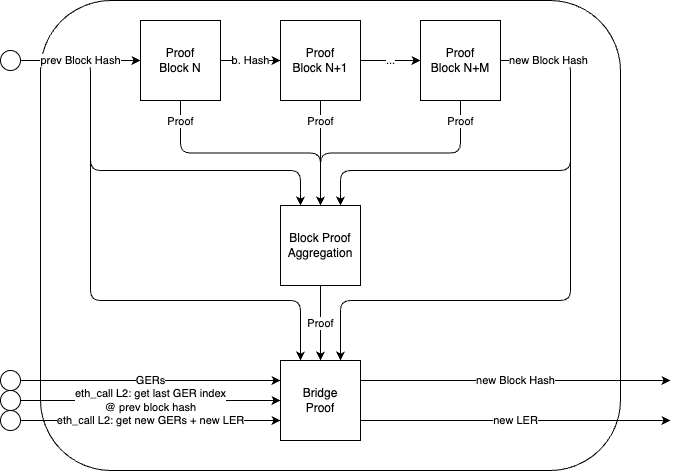
Earlier version of the draw.io export fep-type-1/proof.drawio.png (invocarnau/succint-zk-residency). Source tidied: cells renumbered, new cells last; positions are measured from the earlier drawing's top-left corner, leaving out a move shared by most shapes.
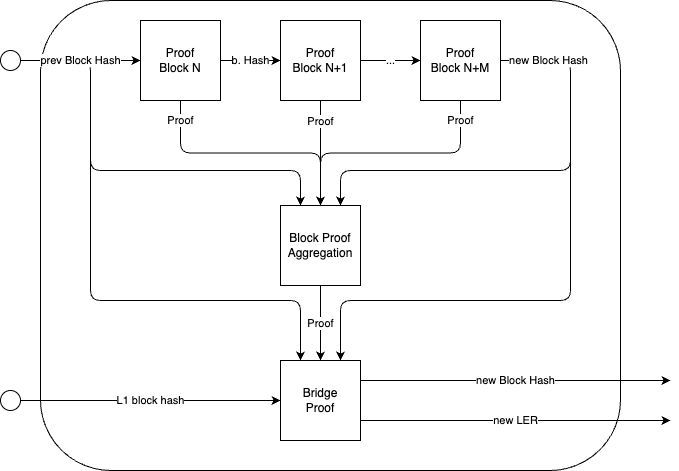
The same diagram one commit later.

What changed in the source:
```diff
@@ -62,12 +62,6 @@
     <mxCell id="15" value="prev Block Hash" style="endArrow=classic;html=1;entryX=0;entryY=0.5;entryDx=0;entryDy=0;startArrow=none;" parent="1" edge="1" source="14" target="5">
       <mxGeometry relative="1" as="geometry" />
     </mxCell>
-    <mxCell id="16" value="GERs" style="edgeStyle=orthogonalEdgeStyle;html=1;exitX=1;exitY=0.5;exitDx=0;exitDy=0;entryX=0;entryY=0.25;entryDx=0;entryDy=0;" parent="1" edge="1" source="17" target="20">
-      <mxGeometry relative="1" as="geometry" />
-    </mxCell>
-    <mxCell id="17" style="ellipse;whiteSpace=wrap;html=1;" parent="1" vertex="1">
-      <mxGeometry y="370" width="20" height="20" as="geometry" />
-    </mxCell>
     <mxCell id="18" value="new Block Hash" style="edgeStyle=none;html=1;exitX=1;exitY=0.25;exitDx=0;exitDy=0;" parent="1" edge="1" source="20">
       <mxGeometry relative="1" as="geometry">
         <mxPoint x="670" y="380" as="targetPoint" />
@@ -96,17 +90,11 @@
         </Array>
       </mxGeometry>
     </mxCell>
-    <mxCell id="24" value="eth_call L2: get last GER index&lt;br&gt;@ prev block hash" style="edgeStyle=none;html=1;exitX=1;exitY=0.5;exitDx=0;exitDy=0;entryX=0;entryY=0.5;entryDx=0;entryDy=0;" parent="1" edge="1" source="25" target="20">
+    <mxCell id="24" value="L1 block hash" style="edgeStyle=none;html=1;exitX=1;exitY=0.5;exitDx=0;exitDy=0;entryX=0;entryY=0.5;entryDx=0;entryDy=0;" parent="1" edge="1" source="25" target="20">
       <mxGeometry relative="1" as="geometry" />
     </mxCell>
     <mxCell id="25" style="ellipse;whiteSpace=wrap;html=1;" parent="1" vertex="1">
       <mxGeometry y="390" width="20" height="20" as="geometry" />
     </mxCell>
-    <mxCell id="26" value="eth_call L2: get new GERs + new LER" style="edgeStyle=none;html=1;exitX=1;exitY=0.5;exitDx=0;exitDy=0;entryX=0;entryY=0.75;entryDx=0;entryDy=0;" parent="1" edge="1" source="27" target="20">
-      <mxGeometry relative="1" as="geometry" />
-    </mxCell>
-    <mxCell id="27" style="ellipse;whiteSpace=wrap;html=1;" parent="1" vertex="1">
-      <mxGeometry y="410" width="20" height="20" as="geometry" />
-    </mxCell>
   </root>
 </mxGraphModel>
```
